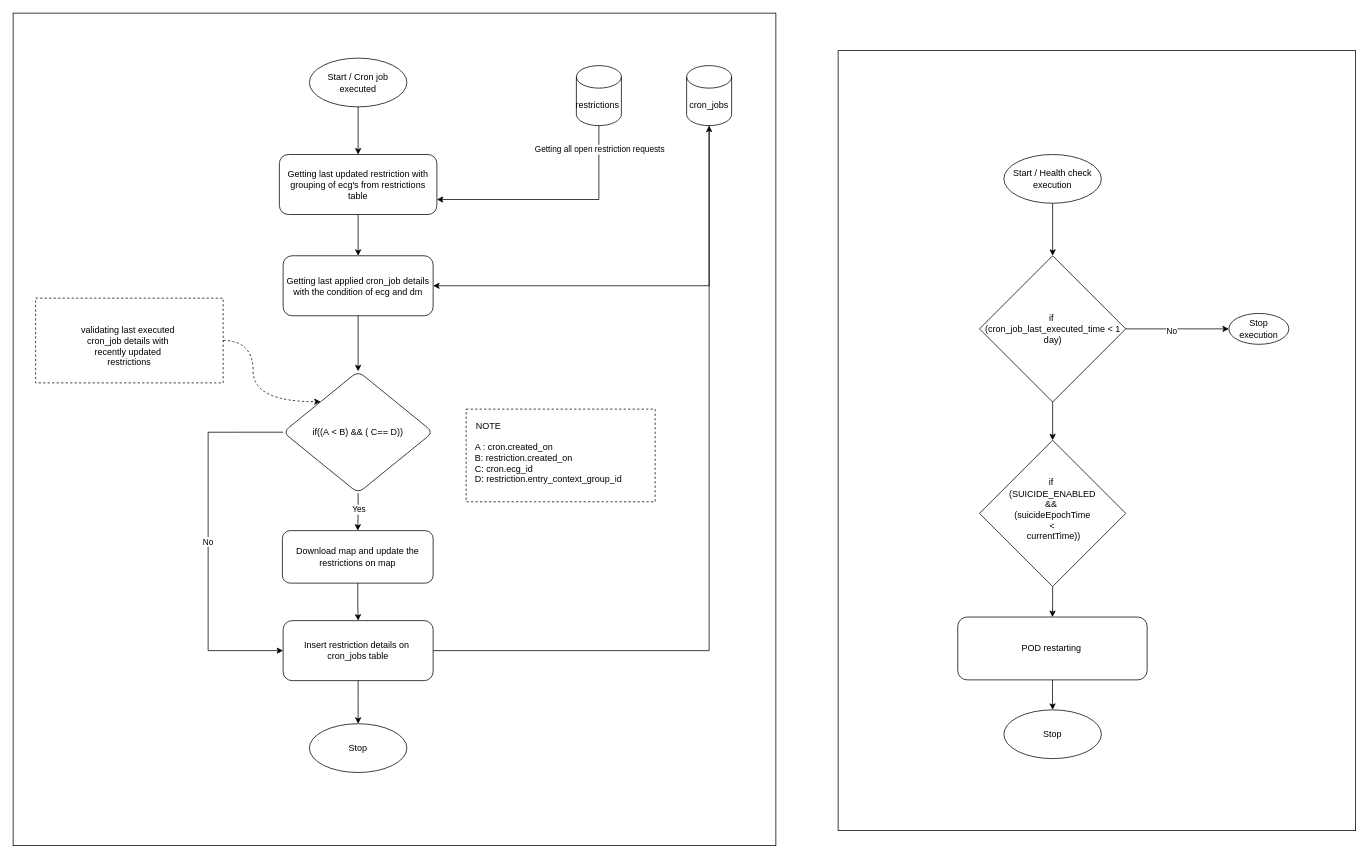
Above: bbrover_pod_restart.drawio in bb-midhunps/diagrams (draw.io), before the change. Source tidied: cells renumbered, new cells numbered last; positions are measured from the earlier drawing's top-left corner, leaving out a move shared by most shapes. Both pictures are drawn from the tidied source at 75%, with x=0, y=0 at pixel (13, 13).
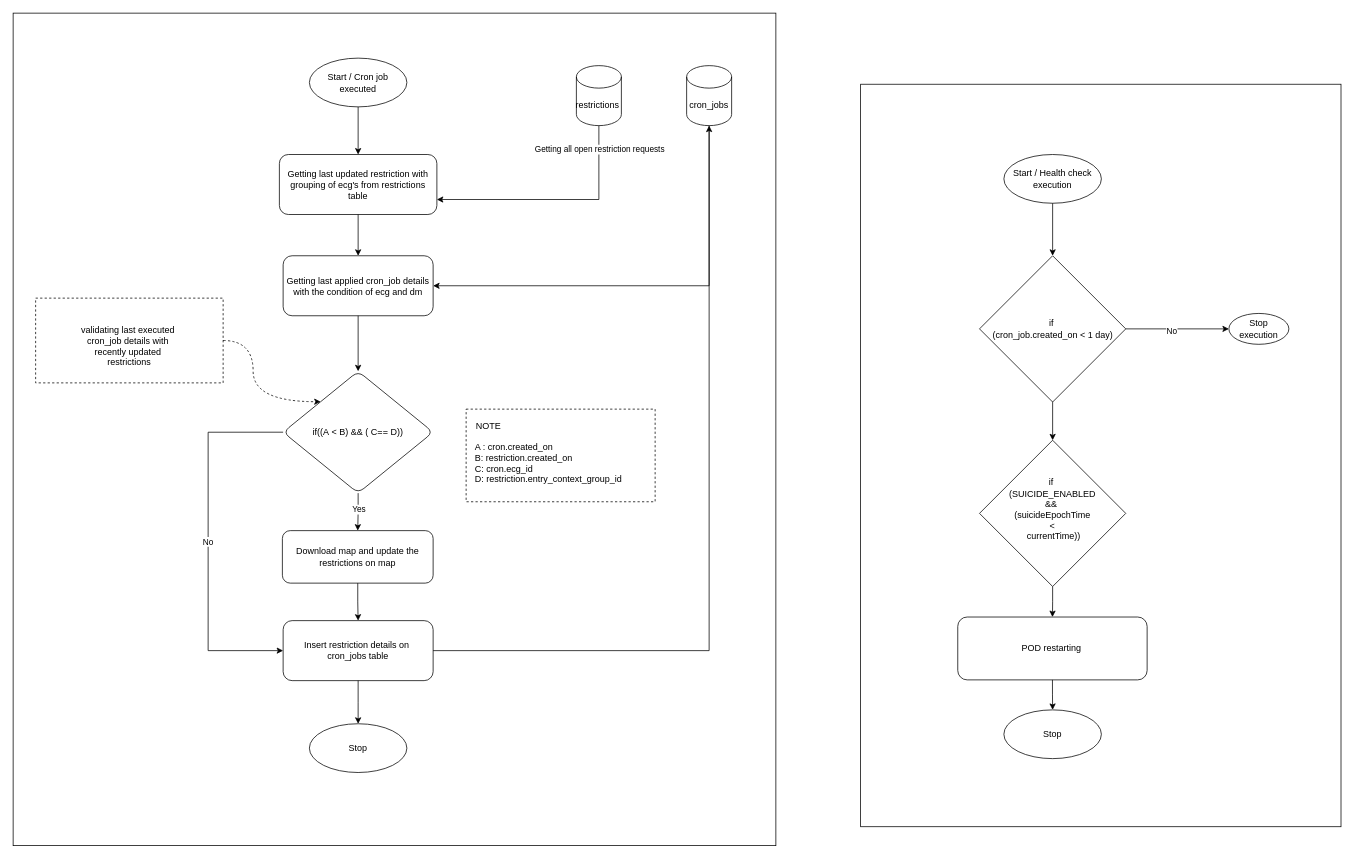
The same diagram, later.

What changed in the source:
```diff
@@
+    <mxCell id="44" style="rounded=0;whiteSpace=wrap;html=1;fillColor=none;" parent="1" vertex="1">
+      <mxGeometry x="1130" y="94.8" width="640.5" height="990" as="geometry" />
+    </mxCell>
@@
-    <mxCell id="3" style="rounded=0;whiteSpace=wrap;html=1;fillColor=none;" parent="1" vertex="1">
-      <mxGeometry x="1100" y="50" width="690" height="1040" as="geometry" />
-    </mxCell>
@@
-    <mxCell id="28" value="if&amp;nbsp;&lt;div&gt;(cron_job_last_executed_time &amp;lt; 1 day)&lt;/div&gt;" style="rhombus;whiteSpace=wrap;html=1;fillColor=none;" parent="1" vertex="1">
+    <mxCell id="28" value="if&amp;nbsp;&lt;div&gt;(cron_job.created_on &amp;lt; 1 day)&lt;/div&gt;" style="rhombus;whiteSpace=wrap;html=1;fillColor=none;" parent="1" vertex="1">
       <mxGeometry x="1288.5" y="323.5" width="195" height="195" as="geometry" />
     </mxCell>
```
